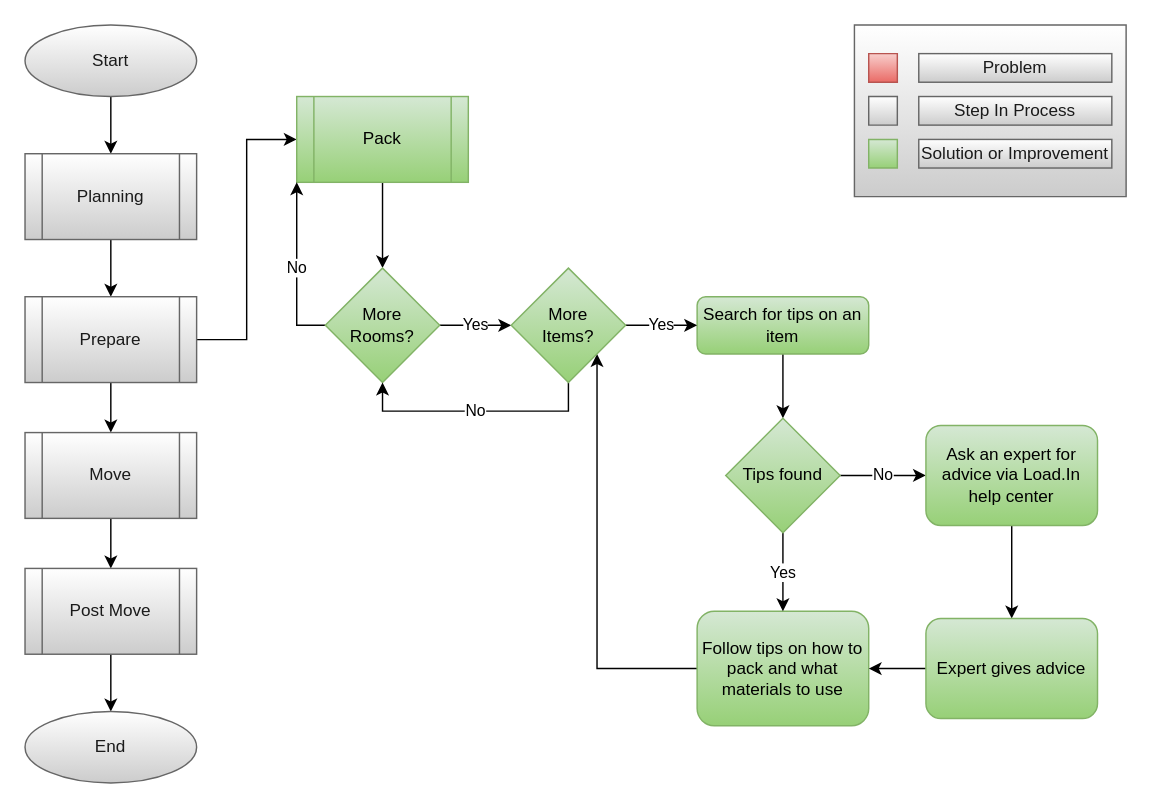
The draw.io diagram page "Packing" (3 of 5) of Documents/flow_diagrams/Solution_Flow.drawio in LP-76/load.in, before the edit. Source tidied: cells renumbered, new cells numbered last; positions are measured from the earlier drawing's top-left corner, leaving out a move shared by most shapes. Both pictures are drawn from the tidied source at 143%, with x=0, y=0 at pixel (24, 24).
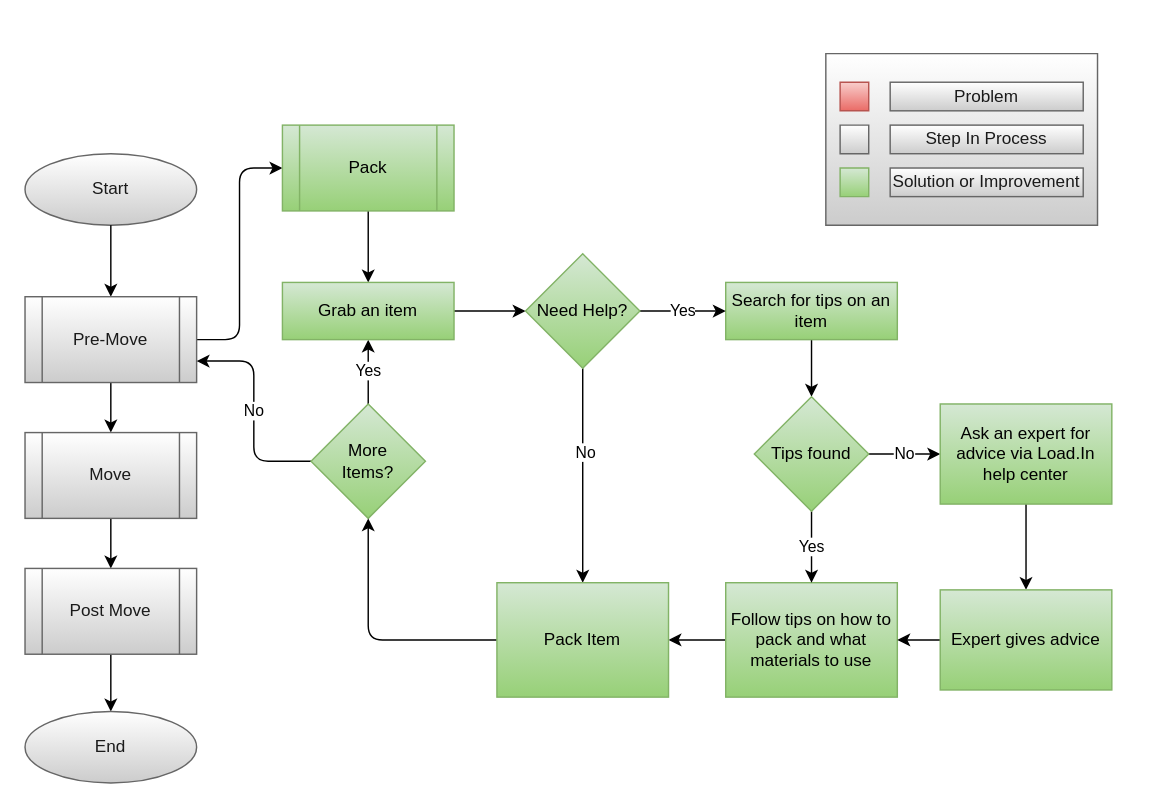
After the change.

Change to the diagram source:
```diff
@@
-    <mxCell id="2" style="edgeStyle=orthogonalEdgeStyle;jettySize=auto;html=1;" parent="1" edge="1" source="3" target="5">
-      <mxGeometry relative="1" as="geometry" />
-    </mxCell>
     <mxCell id="3" value="Start" style="ellipse;whiteSpace=wrap;html=1;fontColor=#1A1A1A;strokeColor=#666666;fillColor=#FFFFFF;gradientColor=#CCCCCC;" parent="1" vertex="1">
-      <mxGeometry width="120" height="50" as="geometry" />
+      <mxGeometry y="90" width="120" height="50" as="geometry" />
     </mxCell>
-    <mxCell id="4" style="edgeStyle=orthogonalEdgeStyle;jettySize=auto;html=1;" parent="1" edge="1" source="5" target="8">
+    <mxCell id="4" style="edgeStyle=orthogonalEdgeStyle;jettySize=auto;html=1;exitX=0.5;exitY=1;exitDx=0;exitDy=0;" parent="1" edge="1" source="3" target="8">
       <mxGeometry relative="1" as="geometry" />
     </mxCell>
-    <mxCell id="5" value="Planning" style="shape=process;whiteSpace=wrap;html=1;backgroundOutline=1;fontColor=#1A1A1A;strokeColor=#666666;fillColor=#FFFFFF;gradientColor=#CCCCCC;" parent="1" vertex="1">
-      <mxGeometry y="90" width="120" height="60" as="geometry" />
-    </mxCell>
@@
-    <mxCell id="7" style="edgeStyle=orthogonalEdgeStyle;rounded=0;jettySize=auto;html=1;entryX=0;entryY=0.5;entryDx=0;entryDy=0;" parent="1" edge="1" source="8" target="27">
+    <mxCell id="7" style="edgeStyle=orthogonalEdgeStyle;jettySize=auto;html=1;entryX=0;entryY=0.5;entryDx=0;entryDy=0;" parent="1" edge="1" source="8" target="27">
       <mxGeometry relative="1" as="geometry" />
     </mxCell>
-    <mxCell id="8" value="Prepare" style="shape=process;whiteSpace=wrap;html=1;backgroundOutline=1;fontColor=#1A1A1A;strokeColor=#666666;fillColor=#FFFFFF;gradientColor=#CCCCCC;" parent="1" vertex="1">
+    <mxCell id="8" value="Pre-Move" style="shape=process;whiteSpace=wrap;html=1;backgroundOutline=1;fontColor=#1A1A1A;strokeColor=#666666;fillColor=#FFFFFF;gradientColor=#CCCCCC;" parent="1" vertex="1">
       <mxGeometry y="190" width="120" height="60" as="geometry" />
     </mxCell>
@@
-    <mxCell id="14" style="edgeStyle=orthogonalEdgeStyle;rounded=0;jettySize=auto;html=1;" parent="1" edge="1" source="15" target="36">
+    <mxCell id="14" style="edgeStyle=orthogonalEdgeStyle;jettySize=auto;html=1;" parent="1" edge="1" source="15" target="36">
       <mxGeometry relative="1" as="geometry" />
     </mxCell>
-    <mxCell id="15" value="Search for tips on an item" style="rounded=1;whiteSpace=wrap;html=1;fontSize=12;glass=0;strokeWidth=1;shadow=0;gradientColor=#97d077;fillColor=#d5e8d4;strokeColor=#82b366;" parent="1" vertex="1">
-      <mxGeometry x="470" y="190" width="120" height="40" as="geometry" />
+    <mxCell id="15" value="Search for tips on an item" style="whiteSpace=wrap;html=1;fontSize=12;glass=0;strokeWidth=1;shadow=0;gradientColor=#97d077;fillColor=#d5e8d4;strokeColor=#82b366;" parent="1" vertex="1">
+      <mxGeometry x="490" y="180" width="120" height="40" as="geometry" />
     </mxCell>
-    <mxCell id="16" style="edgeStyle=orthogonalEdgeStyle;rounded=0;jettySize=auto;html=1;entryX=1;entryY=1;entryDx=0;entryDy=0;" parent="1" edge="1" source="17" target="33">
-      <mxGeometry relative="1" as="geometry" />
-    </mxCell>
+    <mxCell id="41" style="edgeStyle=orthogonalEdgeStyle;jettySize=auto;html=1;" parent="1" edge="1" source="17" target="52">
+      <mxGeometry relative="1" as="geometry" />
+    </mxCell>
-    <mxCell id="17" value="Follow tips on how to pack and what materials to use" style="rounded=1;whiteSpace=wrap;html=1;fontSize=12;glass=0;strokeWidth=1;shadow=0;gradientColor=#97d077;fillColor=#d5e8d4;strokeColor=#82b366;" parent="1" vertex="1">
-      <mxGeometry x="470" y="410" width="120" height="80" as="geometry" />
+    <mxCell id="17" value="Follow tips on how to pack and what materials to use" style="whiteSpace=wrap;html=1;fontSize=12;glass=0;strokeWidth=1;shadow=0;gradientColor=#97d077;fillColor=#d5e8d4;strokeColor=#82b366;" parent="1" vertex="1">
+      <mxGeometry x="490" y="390" width="120" height="80" as="geometry" />
     </mxCell>
     <mxCell id="18" style="group;" parent="1" vertex="1">
-      <mxGeometry x="580" width="190" height="120" as="geometry" />
+      <mxGeometry x="560" y="20" width="190" height="120" as="geometry" />
     </mxCell>
@@
-    <mxCell id="26" style="edgeStyle=orthogonalEdgeStyle;rounded=0;jettySize=auto;html=1;" parent="1" edge="1" source="27" target="30">
-      <mxGeometry relative="1" as="geometry" />
-    </mxCell>
+    <mxCell id="42" style="edgeStyle=orthogonalEdgeStyle;jettySize=auto;html=1;" parent="1" edge="1" source="27" target="46">
+      <mxGeometry relative="1" as="geometry" />
+    </mxCell>
     <mxCell id="27" value="Pack" style="shape=process;whiteSpace=wrap;html=1;backgroundOutline=1;gradientColor=#97d077;fillColor=#d5e8d4;strokeColor=#82b366;" parent="1" vertex="1">
-      <mxGeometry x="190" y="50" width="120" height="60" as="geometry" />
+      <mxGeometry x="180" y="70" width="120" height="60" as="geometry" />
     </mxCell>
-    <mxCell id="28" value="Yes" style="edgeStyle=orthogonalEdgeStyle;rounded=0;jettySize=auto;html=1;" parent="1" edge="1" source="30" target="33">
-      <mxGeometry relative="1" as="geometry" />
-    </mxCell>
-    <mxCell id="29" value="No" style="edgeStyle=orthogonalEdgeStyle;rounded=0;jettySize=auto;html=1;entryX=0;entryY=1;entryDx=0;entryDy=0;exitX=0;exitY=0.5;exitDx=0;exitDy=0;" parent="1" edge="1" source="30" target="27">
-      <mxGeometry relative="1" as="geometry" />
-    </mxCell>
-    <mxCell id="30" value="More &lt;br&gt;Rooms?" style="rhombus;whiteSpace=wrap;html=1;gradientColor=#97d077;fillColor=#d5e8d4;strokeColor=#82b366;" parent="1" vertex="1">
-      <mxGeometry x="210" y="170" width="80" height="80" as="geometry" />
-    </mxCell>
-    <mxCell id="31" value="Yes" style="edgeStyle=orthogonalEdgeStyle;rounded=0;jettySize=auto;html=1;" parent="1" edge="1" source="33" target="15">
-      <mxGeometry relative="1" as="geometry" />
-    </mxCell>
-    <mxCell id="32" value="No" style="edgeStyle=orthogonalEdgeStyle;rounded=0;jettySize=auto;html=1;entryX=0.5;entryY=1;entryDx=0;entryDy=0;exitX=0.5;exitY=1;exitDx=0;exitDy=0;" parent="1" edge="1" source="33" target="30">
-      <mxGeometry relative="1" as="geometry" />
-    </mxCell>
+    <mxCell id="43" value="Yes" style="edgeStyle=orthogonalEdgeStyle;jettySize=auto;html=1;" parent="1" edge="1" source="33" target="46">
+      <mxGeometry relative="1" as="geometry" />
+    </mxCell>
+    <mxCell id="44" value="No" style="edgeStyle=orthogonalEdgeStyle;jettySize=auto;html=1;entryX=1;entryY=0.75;entryDx=0;entryDy=0;" parent="1" edge="1" source="33" target="8">
+      <mxGeometry relative="1" as="geometry" />
+    </mxCell>
     <mxCell id="33" value="More &lt;br&gt;Items?" style="rhombus;whiteSpace=wrap;html=1;gradientColor=#97d077;fillColor=#d5e8d4;strokeColor=#82b366;" parent="1" vertex="1">
-      <mxGeometry x="340" y="170" width="80" height="80" as="geometry" />
+      <mxGeometry x="200" y="265" width="80" height="80" as="geometry" />
     </mxCell>
-    <mxCell id="34" value="No" style="edgeStyle=orthogonalEdgeStyle;rounded=0;jettySize=auto;html=1;" parent="1" edge="1" source="36" target="38">
+    <mxCell id="34" value="No" style="edgeStyle=orthogonalEdgeStyle;jettySize=auto;html=1;" parent="1" edge="1" source="36" target="38">
       <mxGeometry relative="1" as="geometry" />
     </mxCell>
-    <mxCell id="35" value="Yes" style="edgeStyle=orthogonalEdgeStyle;rounded=0;jettySize=auto;html=1;" parent="1" edge="1" source="36" target="17">
+    <mxCell id="35" value="Yes" style="edgeStyle=orthogonalEdgeStyle;jettySize=auto;html=1;" parent="1" edge="1" source="36" target="17">
       <mxGeometry relative="1" as="geometry" />
     </mxCell>
     <mxCell id="36" value="Tips found" style="rhombus;whiteSpace=wrap;html=1;gradientColor=#97d077;fillColor=#d5e8d4;strokeColor=#82b366;" parent="1" vertex="1">
-      <mxGeometry x="490" y="275" width="80" height="80" as="geometry" />
+      <mxGeometry x="510" y="260" width="80" height="80" as="geometry" />
     </mxCell>
-    <mxCell id="37" style="edgeStyle=orthogonalEdgeStyle;rounded=0;jettySize=auto;html=1;" parent="1" edge="1" source="38" target="40">
+    <mxCell id="37" style="edgeStyle=orthogonalEdgeStyle;jettySize=auto;html=1;" parent="1" edge="1" source="38" target="40">
       <mxGeometry relative="1" as="geometry" />
     </mxCell>
-    <mxCell id="38" value="Ask an expert for advice via Load.In help center" style="rounded=1;whiteSpace=wrap;html=1;fontSize=12;glass=0;strokeWidth=1;shadow=0;gradientColor=#97d077;fillColor=#d5e8d4;strokeColor=#82b366;" parent="1" vertex="1">
-      <mxGeometry x="630" y="280" width="120" height="70" as="geometry" />
+    <mxCell id="38" value="Ask an expert for advice via Load.In help center" style="whiteSpace=wrap;html=1;fontSize=12;glass=0;strokeWidth=1;shadow=0;gradientColor=#97d077;fillColor=#d5e8d4;strokeColor=#82b366;" parent="1" vertex="1">
+      <mxGeometry x="640" y="265" width="120" height="70" as="geometry" />
     </mxCell>
-    <mxCell id="39" style="edgeStyle=orthogonalEdgeStyle;rounded=0;jettySize=auto;html=1;" parent="1" edge="1" source="40" target="17">
+    <mxCell id="39" style="edgeStyle=orthogonalEdgeStyle;jettySize=auto;html=1;" parent="1" edge="1" source="40" target="17">
       <mxGeometry relative="1" as="geometry" />
     </mxCell>
-    <mxCell id="40" value="Expert gives advice" style="rounded=1;whiteSpace=wrap;html=1;fontSize=12;glass=0;strokeWidth=1;shadow=0;gradientColor=#97d077;fillColor=#d5e8d4;strokeColor=#82b366;" parent="1" vertex="1">
-      <mxGeometry x="630" y="415" width="120" height="70" as="geometry" />
+    <mxCell id="40" value="Expert gives advice" style="whiteSpace=wrap;html=1;fontSize=12;glass=0;strokeWidth=1;shadow=0;gradientColor=#97d077;fillColor=#d5e8d4;strokeColor=#82b366;" parent="1" vertex="1">
+      <mxGeometry x="640" y="395" width="120" height="70" as="geometry" />
     </mxCell>
+    <mxCell id="45" style="edgeStyle=orthogonalEdgeStyle;jettySize=auto;html=1;" parent="1" edge="1" source="46" target="50">
+      <mxGeometry relative="1" as="geometry" />
+    </mxCell>
+    <mxCell id="46" value="Grab an item" style="whiteSpace=wrap;html=1;fontSize=12;glass=0;strokeWidth=1;shadow=0;gradientColor=#97d077;fillColor=#d5e8d4;strokeColor=#82b366;" parent="1" vertex="1">
+      <mxGeometry x="180" y="180" width="120" height="40" as="geometry" />
+    </mxCell>
+    <mxCell id="47" value="Yes" style="edgeStyle=orthogonalEdgeStyle;jettySize=auto;html=1;" parent="1" edge="1" source="50" target="15">
+      <mxGeometry relative="1" as="geometry" />
+    </mxCell>
+    <mxCell id="48" style="edgeStyle=orthogonalEdgeStyle;jettySize=auto;html=1;" parent="1" edge="1" source="50" target="52">
+      <mxGeometry relative="1" as="geometry" />
+    </mxCell>
+    <mxCell id="49" value="No" style="edgeLabel;html=1;align=center;verticalAlign=middle;" parent="48" vertex="1">
+      <mxGeometry x="-0.23" y="1" relative="1" as="geometry" />
+    </mxCell>
+    <mxCell id="50" value="Need Help?" style="rhombus;whiteSpace=wrap;html=1;gradientColor=#97d077;fillColor=#d5e8d4;strokeColor=#82b366;" parent="1" vertex="1">
+      <mxGeometry x="350" y="160" width="80" height="80" as="geometry" />
+    </mxCell>
+    <mxCell id="51" style="edgeStyle=orthogonalEdgeStyle;jettySize=auto;html=1;entryX=0.5;entryY=1;entryDx=0;entryDy=0;exitX=0;exitY=0.5;exitDx=0;exitDy=0;" parent="1" edge="1" source="52" target="33">
+      <mxGeometry relative="1" as="geometry" />
+    </mxCell>
+    <mxCell id="52" value="Pack Item" style="whiteSpace=wrap;html=1;fontSize=12;glass=0;strokeWidth=1;shadow=0;gradientColor=#97d077;fillColor=#d5e8d4;strokeColor=#82b366;" parent="1" vertex="1">
+      <mxGeometry x="330" y="390" width="120" height="80" as="geometry" />
+    </mxCell>
```
